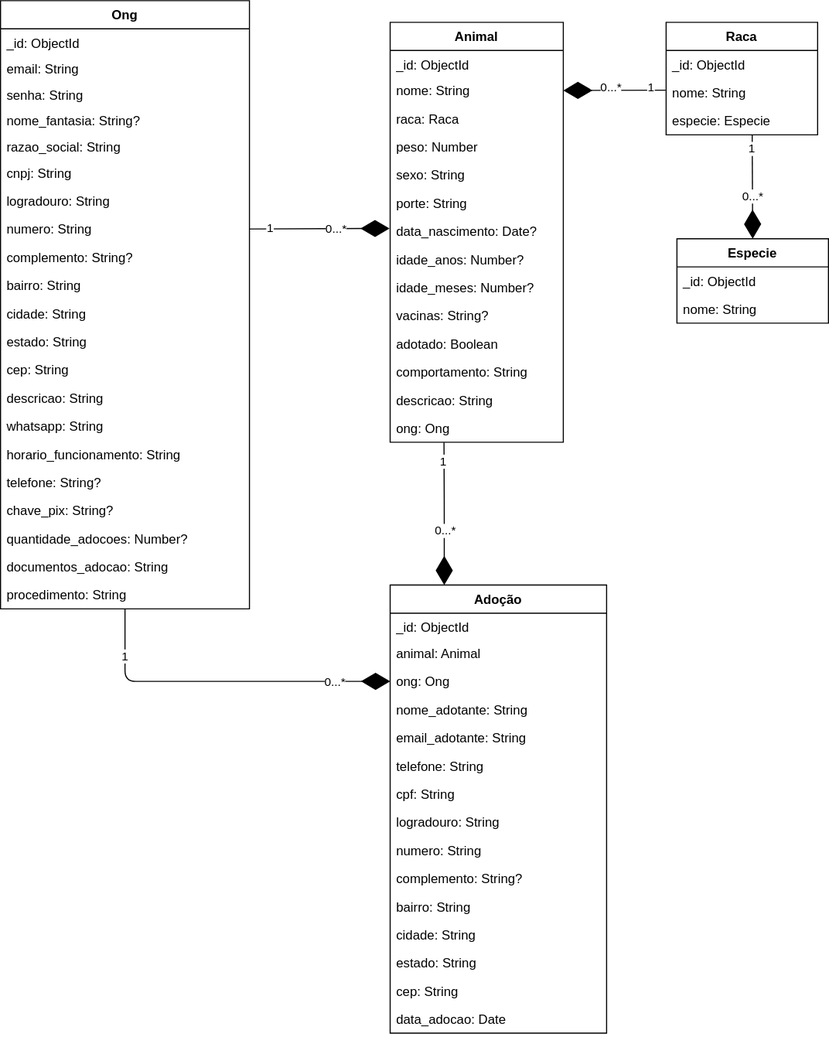
Earlier version of the draw.io export docs/noAM.svg (FatecFranca/DSM-G06-PI3-2024-2). Source tidied: cells renumbered, new cells last; positions are measured from the earlier drawing's top-left corner, leaving out a move shared by most shapes.
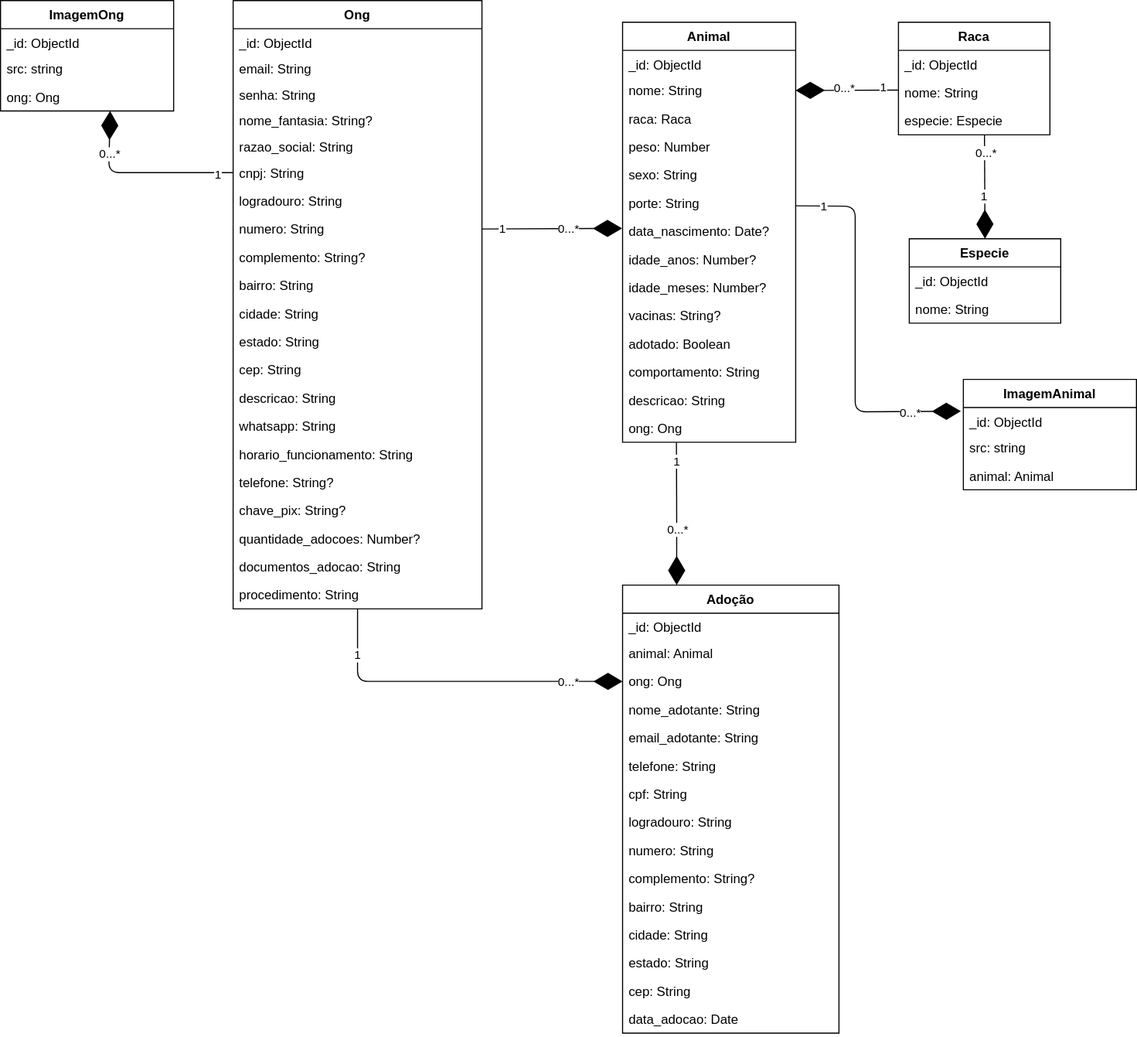
Later version of the same file.

Change to the diagram source:
```diff
@@ -247,13 +247,72 @@
     </mxCell>
     <mxCell id="75" value="0...*" style="edgeLabel;html=1;align=center;verticalAlign=middle;" parent="74" vertex="1">
       <mxGeometry x="0.4" relative="1" as="geometry">
-        <mxPoint y="-11" as="offset" />
+        <mxPoint y="-51" as="offset" />
       </mxGeometry>
     </mxCell>
     <mxCell id="76" value="1" style="edgeLabel;html=1;align=center;verticalAlign=middle;" parent="74" vertex="1">
       <mxGeometry x="-0.71" y="-1" relative="1" as="geometry">
-        <mxPoint y="-2" as="offset" />
+        <mxPoint y="42" as="offset" />
       </mxGeometry>
     </mxCell>
+    <mxCell id="77" value="ImagemAnimal" style="swimlane;fontStyle=1;align=center;verticalAlign=top;horizontal=1;startSize=26;" parent="1" vertex="1">
+      <mxGeometry x="675" y="350" width="160" height="102" as="geometry" />
+    </mxCell>
+    <mxCell id="78" value="_id: ObjectId" style="text;strokeColor=none;fillColor=none;align=left;verticalAlign=top;spacingLeft=4;spacingRight=4;overflow=hidden;points=[[0,0.5],[1,0.5]];portConstraint=eastwest;" parent="77" vertex="1">
+      <mxGeometry y="26" width="160" height="24" as="geometry" />
+    </mxCell>
+    <mxCell id="79" value="src: string" style="text;strokeColor=none;fillColor=none;align=left;verticalAlign=top;spacingLeft=4;spacingRight=4;overflow=hidden;" parent="77" vertex="1">
+      <mxGeometry y="50" width="160" height="26" as="geometry" />
+    </mxCell>
+    <mxCell id="80" value="animal: Animal" style="text;strokeColor=none;fillColor=none;align=left;verticalAlign=top;spacingLeft=4;spacingRight=4;overflow=hidden;" parent="77" vertex="1">
+      <mxGeometry y="76" width="160" height="26" as="geometry" />
+    </mxCell>
+    <mxCell id="81" style="endArrow=diamondThin;endFill=1;endSize=24;html=1;entryX=-0.014;entryY=0.139;entryDx=0;entryDy=0;exitX=1.002;exitY=0.598;exitDx=0;exitDy=0;entryPerimeter=0;exitPerimeter=0;" parent="1" edge="1" source="30" target="78">
+      <mxGeometry relative="1" as="geometry">
+        <Array as="points">
+          <mxPoint x="575" y="190" />
+          <mxPoint x="575" y="380" />
+        </Array>
+      </mxGeometry>
+    </mxCell>
+    <mxCell id="82" value="0...*" style="edgeLabel;html=1;align=center;verticalAlign=middle;" parent="81" vertex="1">
+      <mxGeometry x="0.4" relative="1" as="geometry">
+        <mxPoint x="50" y="5" as="offset" />
+      </mxGeometry>
+    </mxCell>
+    <mxCell id="83" value="1" style="edgeLabel;html=1;align=center;verticalAlign=middle;" parent="81" vertex="1">
+      <mxGeometry x="-0.71" y="-1" relative="1" as="geometry">
+        <mxPoint x="-25" y="-2" as="offset" />
+      </mxGeometry>
+    </mxCell>
+    <mxCell id="84" value="ImagemOng" style="swimlane;fontStyle=1;align=center;verticalAlign=top;horizontal=1;startSize=26;" parent="1" vertex="1">
+      <mxGeometry x="-215" width="160" height="102" as="geometry" />
+    </mxCell>
+    <mxCell id="85" value="_id: ObjectId" style="text;strokeColor=none;fillColor=none;align=left;verticalAlign=top;spacingLeft=4;spacingRight=4;overflow=hidden;" parent="84" vertex="1">
+      <mxGeometry y="26" width="160" height="24" as="geometry" />
+    </mxCell>
+    <mxCell id="86" value="src: string" style="text;strokeColor=none;fillColor=none;align=left;verticalAlign=top;spacingLeft=4;spacingRight=4;overflow=hidden;" parent="84" vertex="1">
+      <mxGeometry y="50" width="160" height="26" as="geometry" />
+    </mxCell>
+    <mxCell id="87" value="ong: Ong" style="text;strokeColor=none;fillColor=none;align=left;verticalAlign=top;spacingLeft=4;spacingRight=4;overflow=hidden;points=[[0,0.5],[1,0.5]];portConstraint=eastwest;" parent="84" vertex="1">
+      <mxGeometry y="76" width="160" height="26" as="geometry" />
+    </mxCell>
+    <mxCell id="88" style="endArrow=diamondThin;endFill=1;endSize=24;html=1;entryX=0.633;entryY=0.999;entryDx=0;entryDy=0;exitX=0;exitY=0.5;exitDx=0;exitDy=0;entryPerimeter=0;" parent="1" edge="1" source="8" target="87">
+      <mxGeometry relative="1" as="geometry">
+        <Array as="points">
+          <mxPoint x="-115" y="159" />
+        </Array>
+      </mxGeometry>
+    </mxCell>
+    <mxCell id="89" value="0...*" style="edgeLabel;html=1;align=center;verticalAlign=middle;" parent="88" vertex="1">
+      <mxGeometry x="0.4" relative="1" as="geometry">
+        <mxPoint y="-13" as="offset" />
+      </mxGeometry>
+    </mxCell>
+    <mxCell id="90" value="1" style="edgeLabel;html=1;align=center;verticalAlign=middle;" parent="88" vertex="1">
+      <mxGeometry x="-0.71" y="-1" relative="1" as="geometry">
+        <mxPoint x="10" y="2" as="offset" />
+      </mxGeometry>
+    </mxCell>
   </root>
 </mxGraphModel>
```
